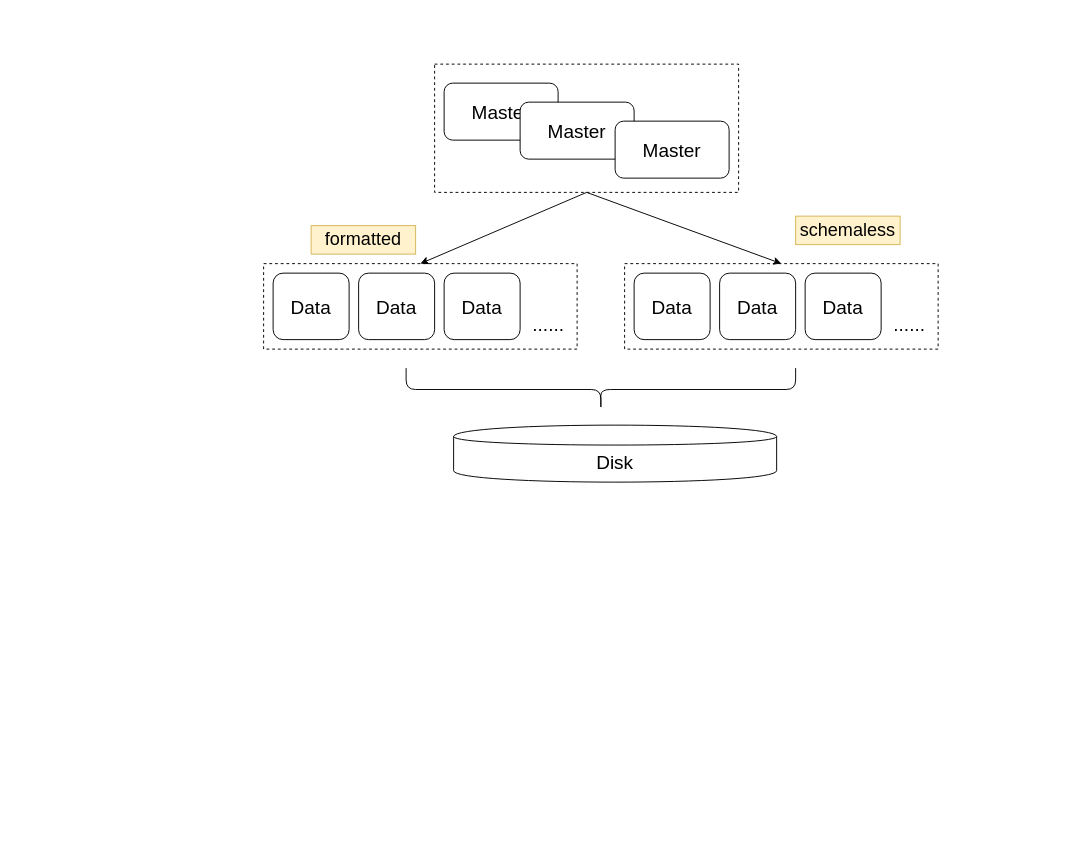
Before: map/es-architecture.drawio in imperio-wxm/draw, a draw.io diagram. Source tidied: cells renumbered, new cells numbered last; positions are measured from the earlier drawing's top-left corner, leaving out a move shared by most shapes. Both pictures are drawn from the tidied source at 95%, with x=0, y=0 at pixel (263, 64).
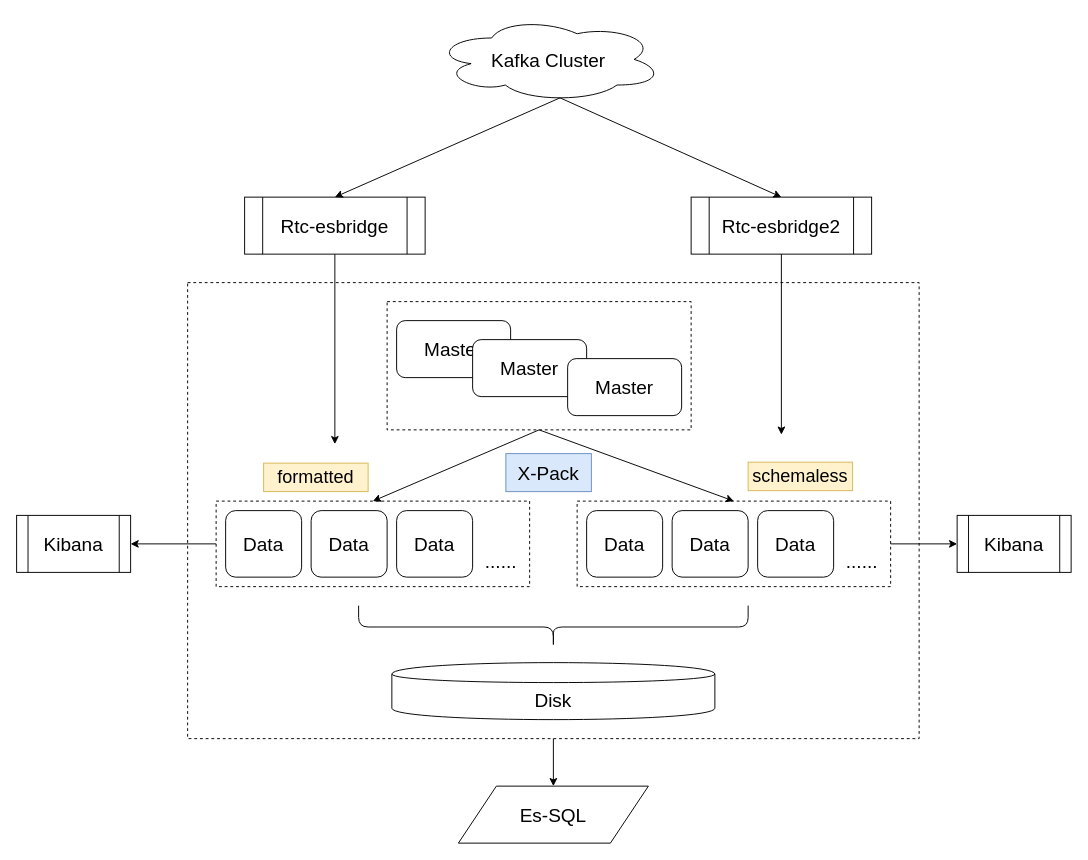
The same page after the edit.

Unchanged cells that the change refers to:
```xml
<mxCell id="6" style="rounded=0;whiteSpace=wrap;html=1;fillColor=none;dashed=1;" parent="2" vertex="1">
  <mxGeometry width="320" height="135" as="geometry" />
</mxCell>
<mxCell id="11" style="rounded=0;whiteSpace=wrap;html=1;fillColor=none;dashed=1;" parent="7" vertex="1">
  <mxGeometry width="330" height="90" as="geometry" />
</mxCell>
<mxCell id="17" style="rounded=0;whiteSpace=wrap;html=1;fillColor=none;dashed=1;" parent="13" vertex="1">
  <mxGeometry width="330" height="90" as="geometry" />
</mxCell>
```

The edit, as a diff of the source:
```diff
@@
+    <mxCell id="25" style="rounded=0;whiteSpace=wrap;html=1;fillColor=none;dashed=1;" parent="1" vertex="1">
+      <mxGeometry x="-80" y="230" width="770" height="480" as="geometry" />
+    </mxCell>
+    <mxCell id="26" style="group;" parent="1" vertex="1">
+      <mxGeometry x="-50" y="250" width="710" height="440" as="geometry" />
+    </mxCell>
-    <mxCell id="2" style="group;" parent="1" vertex="1">
+    <mxCell id="2" style="group;" parent="26" vertex="1">
       <mxGeometry x="180" width="320" height="135" as="geometry" />
     </mxCell>
@@
-    <mxCell id="7" style="group;" parent="1" vertex="1">
+    <mxCell id="7" style="group;" parent="26" vertex="1">
       <mxGeometry y="210" width="330" height="90" as="geometry" />
     </mxCell>
@@
-    <mxCell id="13" style="group;" parent="1" vertex="1">
+    <mxCell id="13" style="group;" parent="26" vertex="1">
       <mxGeometry x="380" y="210" width="330" height="90" as="geometry" />
     </mxCell>
@@
-    <mxCell id="19" style="endArrow=classic;html=1;exitX=0.5;exitY=1;exitDx=0;exitDy=0;entryX=0.5;entryY=0;entryDx=0;entryDy=0;" parent="1" edge="1" source="6" target="11">
+    <mxCell id="19" style="endArrow=classic;html=1;exitX=0.5;exitY=1;exitDx=0;exitDy=0;entryX=0.5;entryY=0;entryDx=0;entryDy=0;" parent="26" edge="1" source="6" target="11">
       <mxGeometry relative="1" as="geometry" />
     </mxCell>
-    <mxCell id="20" style="endArrow=classic;html=1;exitX=0.5;exitY=1;exitDx=0;exitDy=0;entryX=0.5;entryY=0;entryDx=0;entryDy=0;" parent="1" edge="1" source="6" target="17">
+    <mxCell id="20" style="endArrow=classic;html=1;exitX=0.5;exitY=1;exitDx=0;exitDy=0;entryX=0.5;entryY=0;entryDx=0;entryDy=0;" parent="26" edge="1" source="6" target="17">
       <mxGeometry relative="1" as="geometry" />
     </mxCell>
-    <mxCell id="21" value="&lt;font style=&quot;font-size: 20px&quot;&gt;Disk&lt;/font&gt;" style="shape=cylinder;whiteSpace=wrap;html=1;boundedLbl=1;backgroundOutline=1;fillColor=none;" parent="1" vertex="1">
-      <mxGeometry x="200" y="380" width="340" height="60" as="geometry" />
+    <mxCell id="21" value="&lt;font style=&quot;font-size: 20px&quot;&gt;Disk&lt;/font&gt;" style="shape=cylinder;whiteSpace=wrap;html=1;boundedLbl=1;backgroundOutline=1;fillColor=#ffffff;" parent="26" vertex="1">
+      <mxGeometry x="185" y="380" width="340" height="60" as="geometry" />
     </mxCell>
-    <mxCell id="22" style="shape=curlyBracket;whiteSpace=wrap;html=1;rounded=1;fillColor=none;rotation=-90;" parent="1" vertex="1">
+    <mxCell id="22" style="shape=curlyBracket;whiteSpace=wrap;html=1;rounded=1;fillColor=none;rotation=-90;" parent="26" vertex="1">
       <mxGeometry x="332.5" y="137.5" width="45" height="410" as="geometry" />
     </mxCell>
-    <mxCell id="23" value="&lt;font style=&quot;font-size: 19px&quot;&gt;formatted&lt;/font&gt;" style="text;html=1;strokeColor=#d6b656;fillColor=#fff2cc;align=center;verticalAlign=middle;whiteSpace=wrap;rounded=0;" parent="1" vertex="1">
+    <mxCell id="23" value="&lt;font style=&quot;font-size: 19px&quot;&gt;formatted&lt;/font&gt;" style="text;html=1;strokeColor=#d6b656;fillColor=#fff2cc;align=center;verticalAlign=middle;whiteSpace=wrap;rounded=0;" parent="26" vertex="1">
       <mxGeometry x="50" y="170" width="110" height="30" as="geometry" />
     </mxCell>
-    <mxCell id="24" value="&lt;font style=&quot;font-size: 19px&quot;&gt;schemaless&lt;/font&gt;" style="text;html=1;strokeColor=#d6b656;fillColor=#fff2cc;align=center;verticalAlign=middle;whiteSpace=wrap;rounded=0;" parent="1" vertex="1">
-      <mxGeometry x="560" y="160" width="110" height="30" as="geometry" />
+    <mxCell id="24" value="&lt;font style=&quot;font-size: 19px&quot;&gt;schemaless&lt;/font&gt;" style="text;html=1;strokeColor=#d6b656;fillColor=#fff2cc;align=center;verticalAlign=middle;whiteSpace=wrap;rounded=0;" parent="26" vertex="1">
+      <mxGeometry x="560" y="169" width="110" height="30" as="geometry" />
     </mxCell>
+    <mxCell id="27" style="endArrow=classic;html=1;exitX=0.5;exitY=1;exitDx=0;exitDy=0;" parent="26" edge="1" source="28">
+      <mxGeometry relative="1" as="geometry">
+        <mxPoint x="125" y="150" as="targetPoint" />
+      </mxGeometry>
+    </mxCell>
+    <mxCell id="28" value="&lt;font style=&quot;font-size: 20px&quot;&gt;Rtc-esbridge&lt;/font&gt;" style="shape=process;whiteSpace=wrap;html=1;backgroundOutline=1;fillColor=#ffffff;" parent="1" vertex="1">
+      <mxGeometry x="-20" y="140" width="190" height="60" as="geometry" />
+    </mxCell>
+    <mxCell id="29" value="&lt;font style=&quot;font-size: 20px&quot;&gt;Rtc-esbridge2&lt;/font&gt;" style="shape=process;whiteSpace=wrap;html=1;backgroundOutline=1;fillColor=#ffffff;" parent="1" vertex="1">
+      <mxGeometry x="450" y="140" width="190" height="60" as="geometry" />
+    </mxCell>
+    <mxCell id="30" style="endArrow=classic;html=1;exitX=0.5;exitY=1;exitDx=0;exitDy=0;" parent="1" edge="1" source="29">
+      <mxGeometry relative="1" as="geometry">
+        <mxPoint x="545" y="390" as="targetPoint" />
+      </mxGeometry>
+    </mxCell>
+    <mxCell id="31" value="&lt;font style=&quot;font-size: 20px&quot;&gt;Kafka Cluster&lt;/font&gt;" style="ellipse;shape=cloud;whiteSpace=wrap;html=1;fillColor=#ffffff;" parent="1" vertex="1">
+      <mxGeometry x="180" y="-50" width="240" height="90" as="geometry" />
+    </mxCell>
+    <mxCell id="32" style="endArrow=classic;html=1;exitX=0.55;exitY=0.95;exitDx=0;exitDy=0;exitPerimeter=0;entryX=0.5;entryY=0;entryDx=0;entryDy=0;" parent="1" edge="1" source="31" target="28">
+      <mxGeometry relative="1" as="geometry" />
+    </mxCell>
+    <mxCell id="33" style="endArrow=classic;html=1;exitX=0.55;exitY=0.95;exitDx=0;exitDy=0;exitPerimeter=0;entryX=0.5;entryY=0;entryDx=0;entryDy=0;" parent="1" edge="1" source="31" target="29">
+      <mxGeometry relative="1" as="geometry" />
+    </mxCell>
+    <mxCell id="34" value="&lt;font style=&quot;font-size: 20px&quot;&gt;Kibana&lt;/font&gt;" style="shape=process;whiteSpace=wrap;html=1;backgroundOutline=1;fillColor=#ffffff;" parent="1" vertex="1">
+      <mxGeometry x="-260" y="475" width="120" height="60" as="geometry" />
+    </mxCell>
+    <mxCell id="35" style="endArrow=classic;html=1;exitX=0;exitY=0.5;exitDx=0;exitDy=0;entryX=1;entryY=0.5;entryDx=0;entryDy=0;" parent="1" edge="1" source="11" target="34">
+      <mxGeometry relative="1" as="geometry" />
+    </mxCell>
+    <mxCell id="36" value="&lt;font style=&quot;font-size: 20px&quot;&gt;Kibana&lt;/font&gt;" style="shape=process;whiteSpace=wrap;html=1;backgroundOutline=1;fillColor=#ffffff;" parent="1" vertex="1">
+      <mxGeometry x="730" y="475" width="120" height="60" as="geometry" />
+    </mxCell>
+    <mxCell id="37" style="endArrow=classic;html=1;exitX=1;exitY=0.5;exitDx=0;exitDy=0;entryX=0;entryY=0.5;entryDx=0;entryDy=0;" parent="1" edge="1" source="17" target="36">
+      <mxGeometry relative="1" as="geometry" />
+    </mxCell>
+    <mxCell id="38" value="&lt;font style=&quot;font-size: 20px&quot;&gt;Es-SQL&lt;/font&gt;" style="shape=parallelogram;perimeter=parallelogramPerimeter;whiteSpace=wrap;html=1;fillColor=#ffffff;" parent="1" vertex="1">
+      <mxGeometry x="205" y="760" width="200" height="60" as="geometry" />
+    </mxCell>
+    <mxCell id="39" style="endArrow=classic;html=1;exitX=0.5;exitY=1;exitDx=0;exitDy=0;" parent="1" edge="1" source="25" target="38">
+      <mxGeometry relative="1" as="geometry" />
+    </mxCell>
+    <mxCell id="40" value="&lt;font style=&quot;font-size: 20px&quot;&gt;X-Pack&lt;/font&gt;" style="text;html=1;strokeColor=#6c8ebf;fillColor=#dae8fc;align=center;verticalAlign=middle;whiteSpace=wrap;rounded=0;" parent="1" vertex="1">
+      <mxGeometry x="255" y="410" width="90" height="40" as="geometry" />
+    </mxCell>
```
